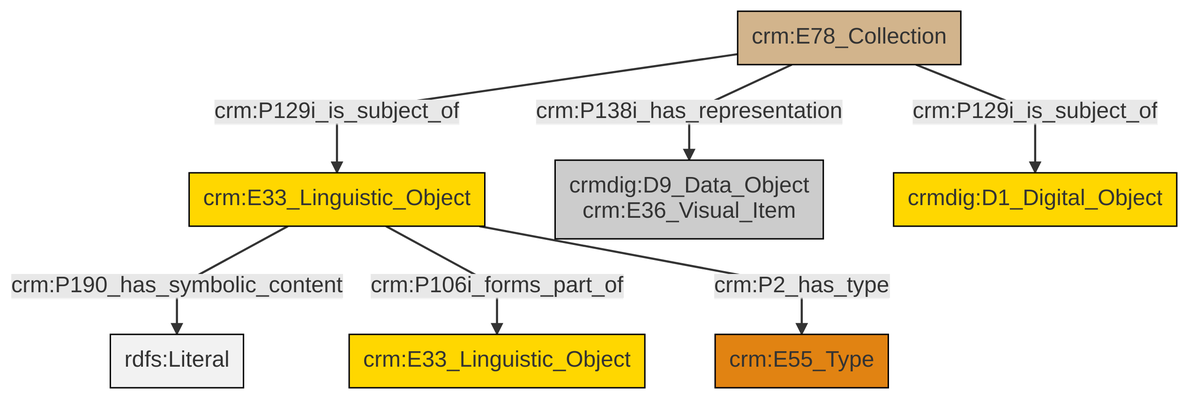
Before: et/archivalCSV/ttl/mmd/png/archival_docs.png, a diagram exported from Mermaid (swiss-art-research-net/docs.swissartresearch). Its source is kept beside it as et/archivalCSV/ttl/mmd/archival_docs.ttl.mmd.
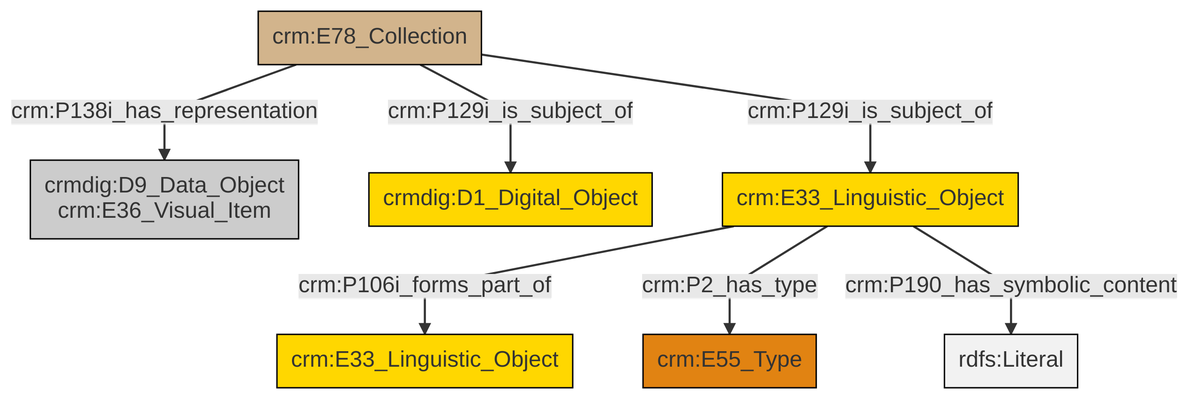
After the commit.

The edit, as a diff of the source:
```diff
@@ -13,9 +13,9 @@
 classDef PC_Classes fill:#4ce600, stroke:#000000;
 classDef Multi fill:#cccccc,stroke:#000000;
 
-0["crm:E78_Collection"]:::Physical_Thing -->|crm:P129i_is_subject_of| 1["crm:E33_Linguistic_Object"]:::Conceptual_Object
-1["crm:E33_Linguistic_Object"]:::Conceptual_Object -->|crm:P190_has_symbolic_content| 4[rdfs:Literal]:::Literal
-0["crm:E78_Collection"]:::Physical_Thing -->|crm:P138i_has_representation| 6["crmdig:D9_Data_Object<br>crm:E36_Visual_Item"]:::Multi
-0["crm:E78_Collection"]:::Physical_Thing -->|crm:P129i_is_subject_of| 7["crmdig:D1_Digital_Object"]:::Conceptual_Object
-1["crm:E33_Linguistic_Object"]:::Conceptual_Object -->|crm:P106i_forms_part_of| 8["crm:E33_Linguistic_Object"]:::Conceptual_Object
-1["crm:E33_Linguistic_Object"]:::Conceptual_Object -->|crm:P2_has_type| 2["crm:E55_Type"]:::Type
+6["crm:E78_Collection"]:::Physical_Thing -->|crm:P129i_is_subject_of| 4["crmdig:D1_Digital_Object"]:::Conceptual_Object
+8["crm:E33_Linguistic_Object"]:::Conceptual_Object -->|crm:P106i_forms_part_of| 9["crm:E33_Linguistic_Object"]:::Conceptual_Object
+6["crm:E78_Collection"]:::Physical_Thing -->|crm:P138i_has_representation| 2["crmdig:D9_Data_Object<br>crm:E36_Visual_Item"]:::Multi
+8["crm:E33_Linguistic_Object"]:::Conceptual_Object -->|crm:P2_has_type| 0["crm:E55_Type"]:::Type
+6["crm:E78_Collection"]:::Physical_Thing -->|crm:P129i_is_subject_of| 8["crm:E33_Linguistic_Object"]:::Conceptual_Object
+8["crm:E33_Linguistic_Object"]:::Conceptual_Object -->|crm:P190_has_symbolic_content| 13[rdfs:Literal]:::Literal
```
